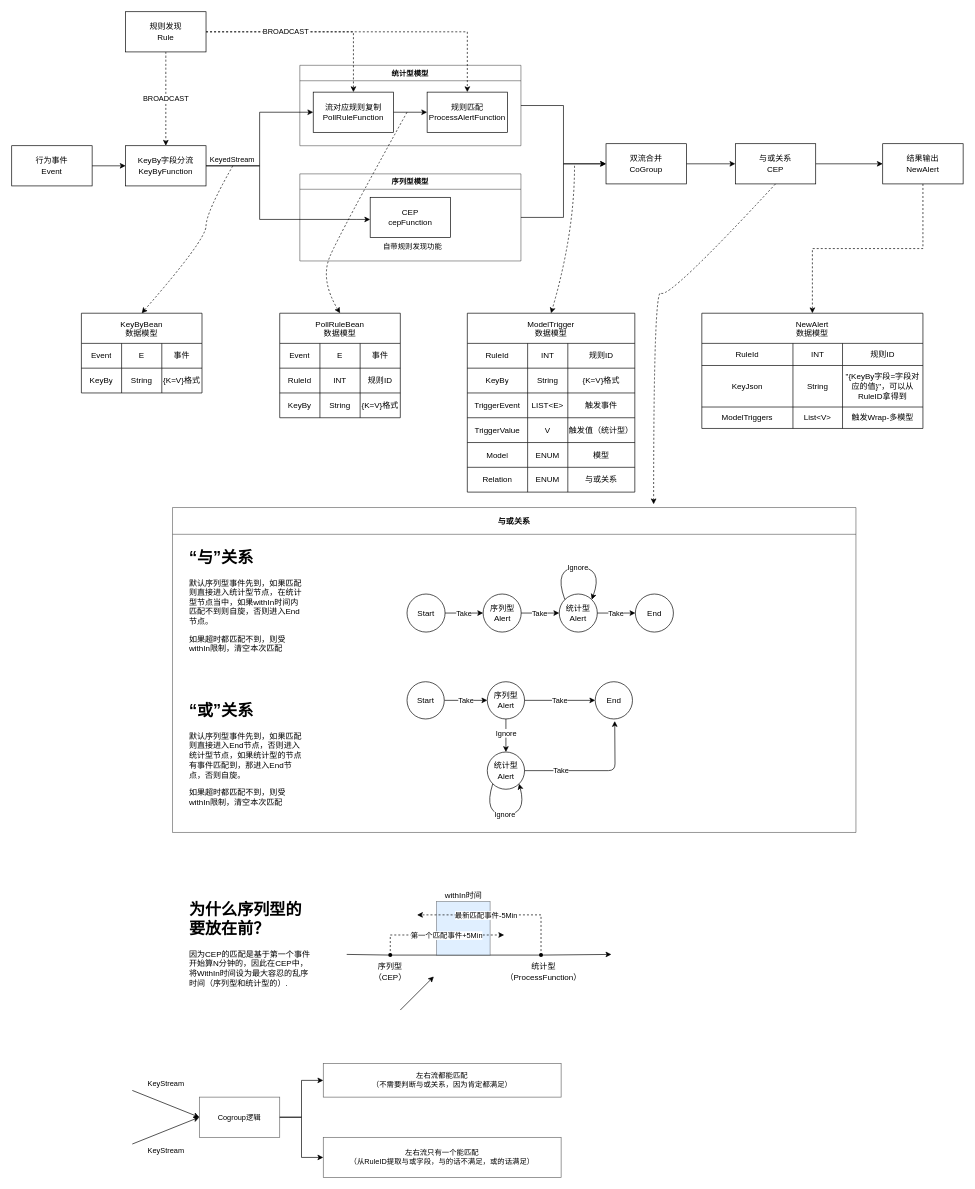
pengmide/draw keeps this draw.io diagram as cep.drawio. Above is the earlier version. Source tidied: cells renumbered, new cells numbered last; positions are measured from the earlier drawing's top-left corner, leaving out a move shared by most shapes. Both pictures are drawn from the tidied source at 67%, with x=0, y=0 at pixel (11, 11).
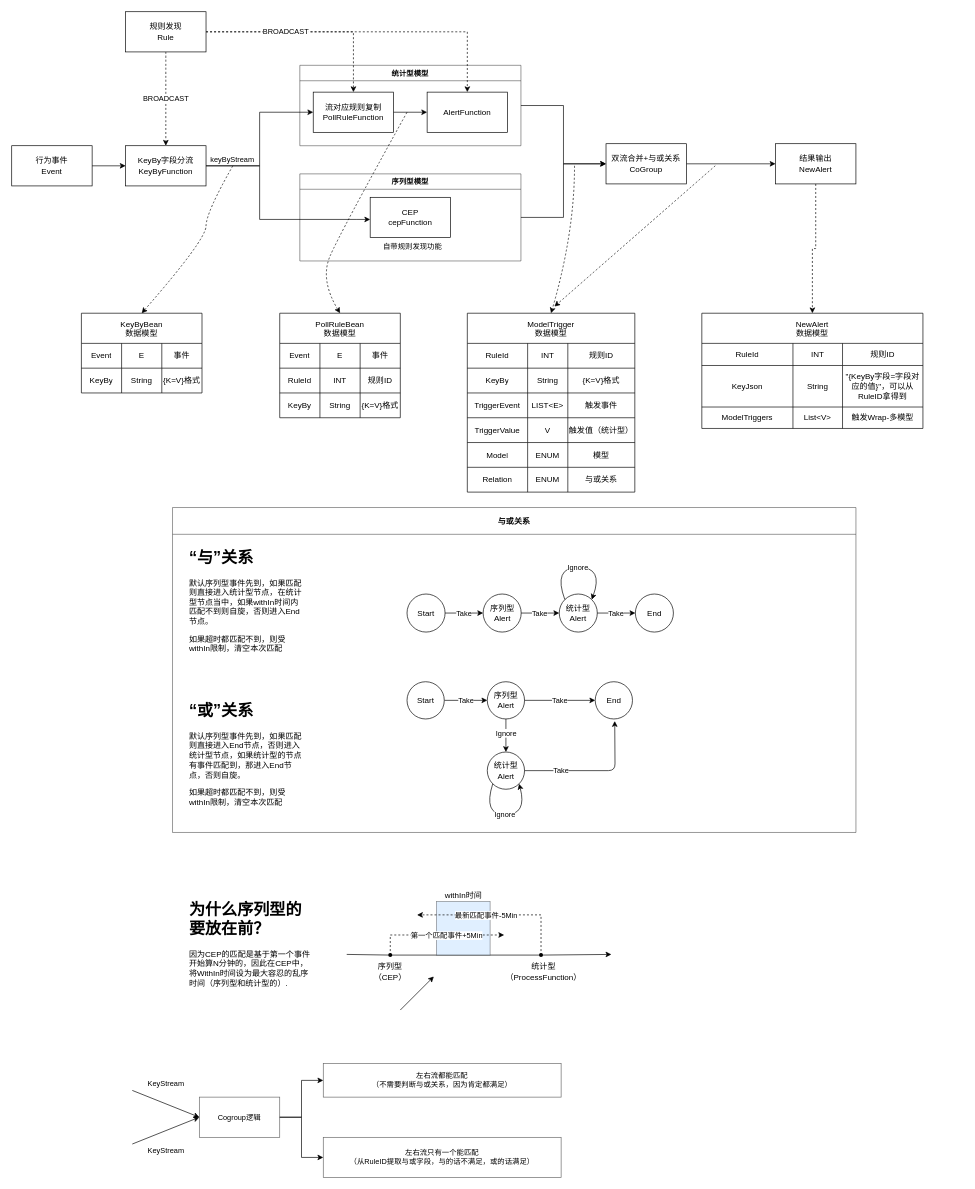
After the change.

Commit message:
合并与或关系节点

Unchanged cells that the change refers to:
```xml
<mxCell id="74" value="与或关系" style="swimlane;opacity=60;startSize=40;swimlaneHead=1;" parent="73" vertex="1">
  <mxGeometry x="-310" y="-20" width="1020" height="485" as="geometry" />
</mxCell>
```

What changed in the source:
```diff
@@
     <mxCell id="97" value="结果输出&lt;br&gt;NewAlert" style="whiteSpace=wrap;html=1;rounded=0;" parent="1" vertex="1">
-      <mxGeometry x="1300" y="197" width="120" height="60" as="geometry" />
+      <mxGeometry x="1140" y="197" width="120" height="60" as="geometry" />
     </mxCell>
-    <mxCell id="98" style="edgeStyle=orthogonalEdgeStyle;rounded=0;jettySize=auto;html=1;" parent="1" edge="1" source="101" target="97">
-      <mxGeometry relative="1" as="geometry" />
-    </mxCell>
@@
-    <mxCell id="100" value="规则匹配ProcessAlertFunction" style="rounded=0;whiteSpace=wrap;html=1;" parent="1" vertex="1">
+    <mxCell id="100" value="AlertFunction" style="rounded=0;whiteSpace=wrap;html=1;" parent="1" vertex="1">
       <mxGeometry x="620" y="120" width="120" height="60" as="geometry" />
     </mxCell>
-    <mxCell id="101" value="与或关系&lt;br&gt;CEP" style="rounded=0;whiteSpace=wrap;html=1;" parent="1" vertex="1">
-      <mxGeometry x="1080" y="197" width="120" height="60" as="geometry" />
-    </mxCell>
@@
-    <mxCell id="130" value="KeyedStream" style="text;html=1;align=center;verticalAlign=middle;strokeColor=none;fillColor=none;fontSize=11;fontFamily=Helvetica;fontColor=default;" parent="1" vertex="1">
+    <mxCell id="130" value="keyByStream" style="text;html=1;align=center;verticalAlign=middle;strokeColor=none;fillColor=none;fontSize=11;fontFamily=Helvetica;fontColor=default;" parent="1" vertex="1">
       <mxGeometry x="284" y="211" width="90" height="20" as="geometry" />
     </mxCell>
@@
-    <mxCell id="132" style="curved=1;endArrow=classic;html=1;dashed=1;labelBackgroundColor=default;sketch=0;fontFamily=Helvetica;fontSize=11;fontColor=default;strokeColor=default;shape=connector;exitX=0.5;exitY=1;exitDx=0;exitDy=0;entryX=0.704;entryY=-0.01;entryDx=0;entryDy=0;entryPerimeter=0;" parent="1" edge="1" source="101" target="74">
-      <mxGeometry relative="1" as="geometry">
-        <Array as="points">
-          <mxPoint x="980" y="430" />
-          <mxPoint x="958" y="410" />
-        </Array>
-      </mxGeometry>
-    </mxCell>
-    <mxCell id="133" style="edgeStyle=orthogonalEdgeStyle;sketch=0;jettySize=auto;html=1;labelBackgroundColor=default;fontFamily=Helvetica;fontSize=11;fontColor=default;endArrow=classic;strokeColor=default;rounded=0;" parent="1" edge="1" source="134" target="101">
+    <mxCell id="133" style="edgeStyle=orthogonalEdgeStyle;sketch=0;jettySize=auto;html=1;labelBackgroundColor=default;fontFamily=Helvetica;fontSize=11;fontColor=default;endArrow=classic;strokeColor=default;rounded=0;entryX=0;entryY=0.5;entryDx=0;entryDy=0;" parent="1" edge="1" source="134" target="97">
       <mxGeometry relative="1" as="geometry" />
     </mxCell>
-    <mxCell id="134" value="双流合并&lt;br&gt;CoGroup" style="rounded=0;whiteSpace=wrap;html=1;" parent="1" vertex="1">
+    <mxCell id="134" value="双流合并+与或关系&lt;br&gt;CoGroup" style="rounded=0;whiteSpace=wrap;html=1;" parent="1" vertex="1">
       <mxGeometry x="887" y="197" width="120" height="60" as="geometry" />
     </mxCell>
@@
+    <mxCell id="145" style="curved=1;endArrow=classic;html=1;dashed=1;labelBackgroundColor=default;sketch=0;fontFamily=Helvetica;fontSize=11;fontColor=default;strokeColor=default;shape=connector;" parent="1" edge="1">
+      <mxGeometry relative="1" as="geometry">
+        <mxPoint x="1050" y="230" as="sourcePoint" />
+        <mxPoint x="810" y="440" as="targetPoint" />
+      </mxGeometry>
+    </mxCell>
```
